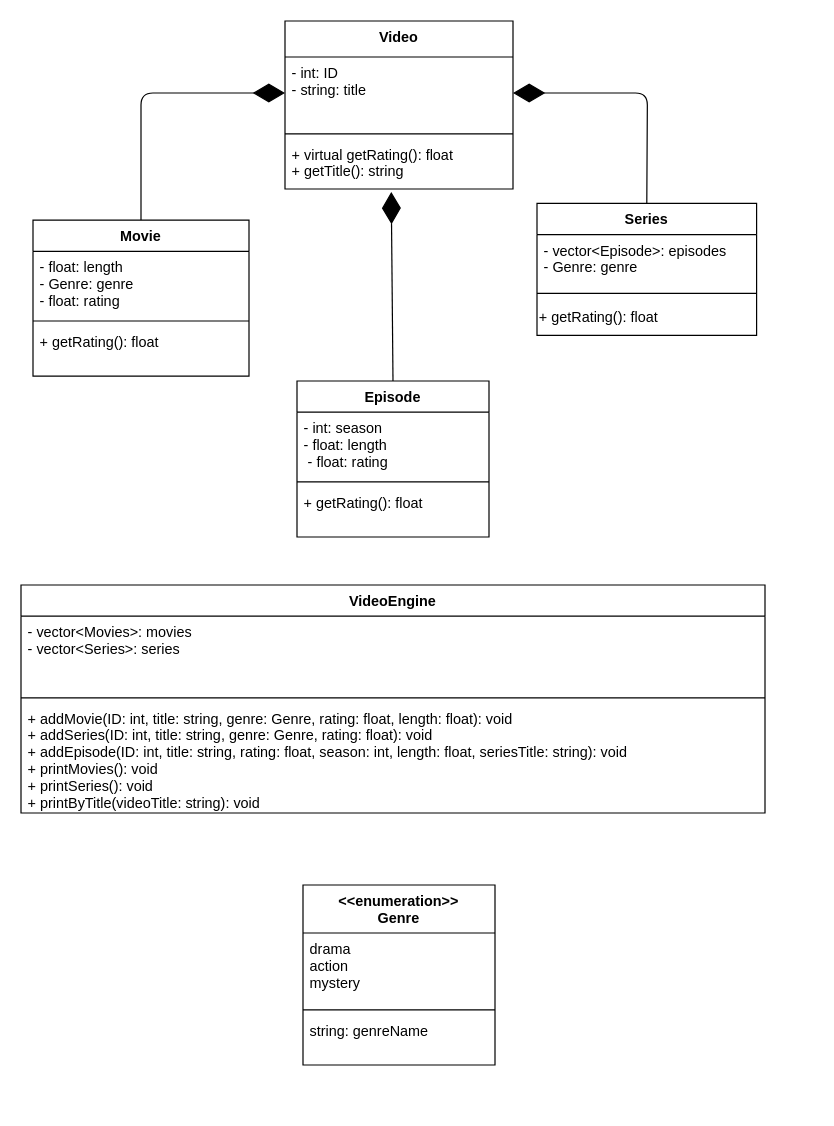
Before: UML.drawio in A01801003/Proyecto-Final-TC1030, a draw.io diagram. Source tidied: cells renumbered, new cells numbered last; positions are measured from the earlier drawing's top-left corner, leaving out a move shared by most shapes. Both pictures are drawn from the tidied source at 120%, with x=0, y=0 at pixel (20, 20).
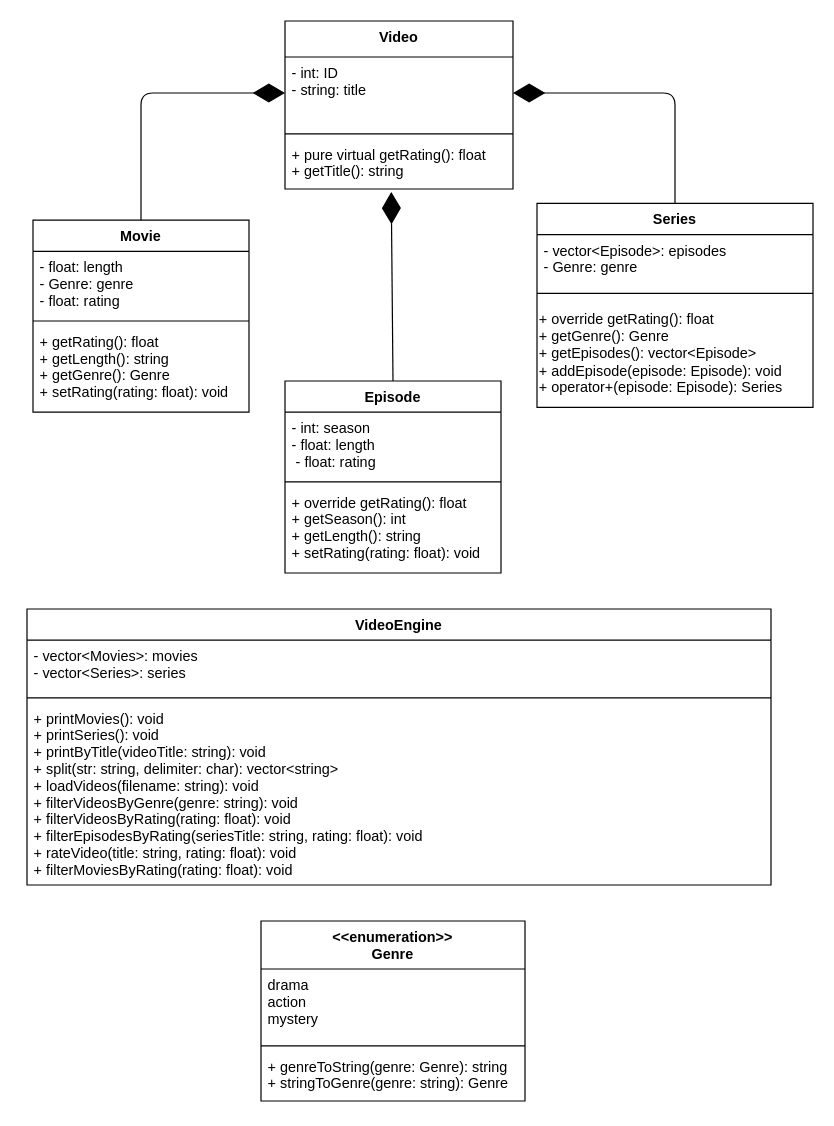
After the change.

Unchanged cells that the change refers to:
```xml
<mxCell id="2" value="Video" style="swimlane;fontStyle=1;align=center;verticalAlign=top;horizontal=1;startSize=30;" parent="1" vertex="1">
  <mxGeometry x="220" width="190" height="140" as="geometry" />
</mxCell>
<mxCell id="3" value="- int: ID &#10;- string: title&#10;&#10;" style="text;strokeColor=none;fillColor=none;align=left;verticalAlign=top;spacingLeft=4;spacingRight=4;overflow=hidden;points=[[0,0.5],[1,0.5]];portConstraint=eastwest;" parent="2" vertex="1">
  <mxGeometry y="30" width="190" height="60" as="geometry" />
</mxCell>
```

What changed in the source:
```diff
@@
-    <mxCell id="5" value="+ virtual getRating(): float&#10;+ getTitle(): string" style="text;strokeColor=none;fillColor=none;align=left;verticalAlign=top;spacingLeft=4;spacingRight=4;overflow=hidden;points=[[0,0.5],[1,0.5]];portConstraint=eastwest;" parent="2" vertex="1">
+    <mxCell id="5" value="+ pure virtual getRating(): float&#10;+ getTitle(): string" style="text;strokeColor=none;fillColor=none;align=left;verticalAlign=top;spacingLeft=4;spacingRight=4;overflow=hidden;points=[[0,0.5],[1,0.5]];portConstraint=eastwest;" parent="2" vertex="1">
       <mxGeometry y="98" width="190" height="42" as="geometry" />
     </mxCell>
@@
     <mxCell id="7" value="Episode" style="swimlane;fontStyle=1;align=center;verticalAlign=top;horizontal=1;startSize=26;" parent="1" vertex="1">
-      <mxGeometry x="230" y="300" width="160" height="130" as="geometry" />
+      <mxGeometry x="220" y="300" width="180" height="160" as="geometry" />
     </mxCell>
     <mxCell id="8" value="- int: season&#10;- float: length&#10; - float: rating" style="text;strokeColor=none;fillColor=none;align=left;verticalAlign=top;spacingLeft=4;spacingRight=4;overflow=hidden;" parent="7" vertex="1">
-      <mxGeometry y="26" width="160" height="54" as="geometry" />
+      <mxGeometry y="26" width="180" height="54" as="geometry" />
     </mxCell>
     <mxCell id="9" style="line;strokeWidth=1;fillColor=none;align=left;verticalAlign=middle;spacingTop=-1;spacingLeft=3;spacingRight=3;labelPosition=right;strokeColor=inherit;" parent="7" vertex="1">
-      <mxGeometry y="80" width="160" height="8" as="geometry" />
+      <mxGeometry y="80" width="180" height="8" as="geometry" />
     </mxCell>
-    <mxCell id="10" value="+ getRating(): float" style="text;strokeColor=none;fillColor=none;align=left;verticalAlign=top;spacingLeft=4;spacingRight=4;overflow=hidden;" parent="7" vertex="1">
-      <mxGeometry y="88" width="160" height="42" as="geometry" />
+    <mxCell id="10" value="+ override getRating(): float&#10;+ getSeason(): int&#10;+ getLength(): string&#10;+ setRating(rating: float): void" style="text;strokeColor=none;fillColor=none;align=left;verticalAlign=top;spacingLeft=4;spacingRight=4;overflow=hidden;" parent="7" vertex="1">
+      <mxGeometry y="88" width="180" height="72" as="geometry" />
     </mxCell>
     <mxCell id="11" value="Series" style="swimlane;fontStyle=1;align=center;verticalAlign=top;horizontal=1;startSize=26;" parent="1" vertex="1">
-      <mxGeometry x="430" y="152" width="183" height="110" as="geometry" />
+      <mxGeometry x="430" y="152" width="230" height="170" as="geometry" />
     </mxCell>
     <mxCell id="12" value="- vector&lt;Episode&gt;: episodes&#10;- Genre: genre" style="text;strokeColor=none;fillColor=none;align=left;verticalAlign=top;spacingLeft=4;spacingRight=4;overflow=hidden;" parent="11" vertex="1">
-      <mxGeometry y="26" width="183" height="44" as="geometry" />
+      <mxGeometry y="26" width="230" height="44" as="geometry" />
     </mxCell>
     <mxCell id="13" style="line;strokeWidth=1;fillColor=none;align=left;verticalAlign=middle;spacingTop=-1;spacingLeft=3;spacingRight=3;labelPosition=right;strokeColor=inherit;" parent="11" vertex="1">
-      <mxGeometry y="70" width="183" height="10" as="geometry" />
+      <mxGeometry y="70" width="230" height="10" as="geometry" />
     </mxCell>
-    <mxCell id="14" value="+ getRating(): float&lt;br&gt;" style="text;html=1;align=left;verticalAlign=middle;strokeColor=none;fillColor=none;" parent="11" vertex="1">
-      <mxGeometry y="80" width="183" height="30" as="geometry" />
+    <mxCell id="14" value="+ override getRating(): float&lt;br&gt;+ getGenre(): Genre&lt;br&gt;+ getEpisodes(): vector&amp;lt;Episode&amp;gt;&lt;br&gt;+ addEpisode(episode: Episode): void&lt;br&gt;+ operator+(episode: Episode): Series" style="text;html=1;align=left;verticalAlign=middle;strokeColor=none;fillColor=none;" parent="11" vertex="1">
+      <mxGeometry y="80" width="230" height="90" as="geometry" />
     </mxCell>
     <mxCell id="15" style="endArrow=diamondThin;endFill=1;endSize=24;html=1;exitX=0.5;exitY=0;exitDx=0;exitDy=0;entryX=1;entryY=0.5;entryDx=0;entryDy=0;" parent="1" edge="1" source="11" target="3">
       <mxGeometry relative="1" as="geometry">
         <Array as="points">
-          <mxPoint x="522" y="60" />
+          <mxPoint x="545" y="60" />
         </Array>
       </mxGeometry>
     </mxCell>
@@
     <mxCell id="17" value="Movie" style="swimlane;fontStyle=1;align=center;verticalAlign=top;horizontal=1;startSize=26;" parent="1" vertex="1">
-      <mxGeometry x="10" y="166" width="180" height="130" as="geometry" />
+      <mxGeometry x="10" y="166" width="180" height="160" as="geometry" />
     </mxCell>
@@
-    <mxCell id="20" value="+ getRating(): float" style="text;strokeColor=none;fillColor=none;align=left;verticalAlign=top;spacingLeft=4;spacingRight=4;overflow=hidden;" parent="17" vertex="1">
-      <mxGeometry y="88" width="180" height="42" as="geometry" />
+    <mxCell id="20" value="+ getRating(): float&#10;+ getLength(): string&#10;+ getGenre(): Genre&#10;+ setRating(rating: float): void" style="text;strokeColor=none;fillColor=none;align=left;verticalAlign=top;spacingLeft=4;spacingRight=4;overflow=hidden;" parent="17" vertex="1">
+      <mxGeometry y="88" width="180" height="72" as="geometry" />
     </mxCell>
     <mxCell id="21" value="VideoEngine" style="swimlane;fontStyle=1;align=center;verticalAlign=top;horizontal=1;startSize=26;" parent="1" vertex="1">
-      <mxGeometry y="470" width="620" height="190" as="geometry" />
+      <mxGeometry x="5" y="490" width="620" height="230" as="geometry" />
     </mxCell>
     <mxCell id="22" value="- vector&lt;Movies&gt;: movies&#10;- vector&lt;Series&gt;: series" style="text;strokeColor=none;fillColor=none;align=left;verticalAlign=top;spacingLeft=4;spacingRight=4;overflow=hidden;" parent="21" vertex="1">
-      <mxGeometry y="26" width="620" height="64" as="geometry" />
+      <mxGeometry y="26" width="620" height="44" as="geometry" />
     </mxCell>
     <mxCell id="23" style="line;strokeWidth=1;fillColor=none;align=left;verticalAlign=middle;spacingTop=-1;spacingLeft=3;spacingRight=3;labelPosition=right;strokeColor=inherit;" parent="21" vertex="1">
-      <mxGeometry y="90" width="620" height="8" as="geometry" />
+      <mxGeometry y="70" width="620" height="8" as="geometry" />
     </mxCell>
-    <mxCell id="24" value="+ addMovie(ID: int, title: string, genre: Genre, rating: float, length: float): void&#10;+ addSeries(ID: int, title: string, genre: Genre, rating: float): void&#10;+ addEpisode(ID: int, title: string, rating: float, season: int, length: float, seriesTitle: string): void&#10;+ printMovies(): void&#10;+ printSeries(): void&#10;+ printByTitle(videoTitle: string): void" style="text;strokeColor=none;fillColor=none;align=left;verticalAlign=top;spacingLeft=4;spacingRight=4;overflow=hidden;" parent="21" vertex="1">
-      <mxGeometry y="98" width="620" height="92" as="geometry" />
+    <mxCell id="24" value="+ printMovies(): void&#10;+ printSeries(): void&#10;+ printByTitle(videoTitle: string): void&#10;+ split(str: string, delimiter: char): vector&lt;string&gt;&#10;+ loadVideos(filename: string): void&#10;+ filterVideosByGenre(genre: string): void&#10;+ filterVideosByRating(rating: float): void&#10;+ filterEpisodesByRating(seriesTitle: string, rating: float): void&#10;+ rateVideo(title: string, rating: float): void&#10;+ filterMoviesByRating(rating: float): void" style="text;strokeColor=none;fillColor=none;align=left;verticalAlign=top;spacingLeft=4;spacingRight=4;overflow=hidden;" parent="21" vertex="1">
+      <mxGeometry y="78" width="620" height="152" as="geometry" />
     </mxCell>
     <mxCell id="25" value="&lt;&lt;enumeration&gt;&gt;&#10;Genre" style="swimlane;fontStyle=1;align=center;verticalAlign=top;horizontal=1;startSize=40;" parent="1" vertex="1">
-      <mxGeometry x="235" y="720" width="160" height="150" as="geometry" />
+      <mxGeometry x="200" y="750" width="220" height="150" as="geometry" />
     </mxCell>
     <mxCell id="26" value="drama&#10;action&#10;mystery" style="text;strokeColor=none;fillColor=none;align=left;verticalAlign=top;spacingLeft=4;spacingRight=4;overflow=hidden;" parent="25" vertex="1">
-      <mxGeometry y="40" width="160" height="60" as="geometry" />
+      <mxGeometry y="40" width="220" height="60" as="geometry" />
     </mxCell>
     <mxCell id="27" style="line;strokeWidth=1;fillColor=none;align=left;verticalAlign=middle;spacingTop=-1;spacingLeft=3;spacingRight=3;labelPosition=right;strokeColor=inherit;" parent="25" vertex="1">
-      <mxGeometry y="100" width="160" height="8" as="geometry" />
+      <mxGeometry y="100" width="220" height="8" as="geometry" />
     </mxCell>
-    <mxCell id="28" value="string: genreName" style="text;strokeColor=none;fillColor=none;align=left;verticalAlign=top;spacingLeft=4;spacingRight=4;overflow=hidden;" parent="25" vertex="1">
-      <mxGeometry y="108" width="160" height="42" as="geometry" />
+    <mxCell id="28" value="+ genreToString(genre: Genre): string&#10;+ stringToGenre(genre: string): Genre" style="text;strokeColor=none;fillColor=none;align=left;verticalAlign=top;spacingLeft=4;spacingRight=4;overflow=hidden;" parent="25" vertex="1">
+      <mxGeometry y="108" width="220" height="42" as="geometry" />
     </mxCell>
```
